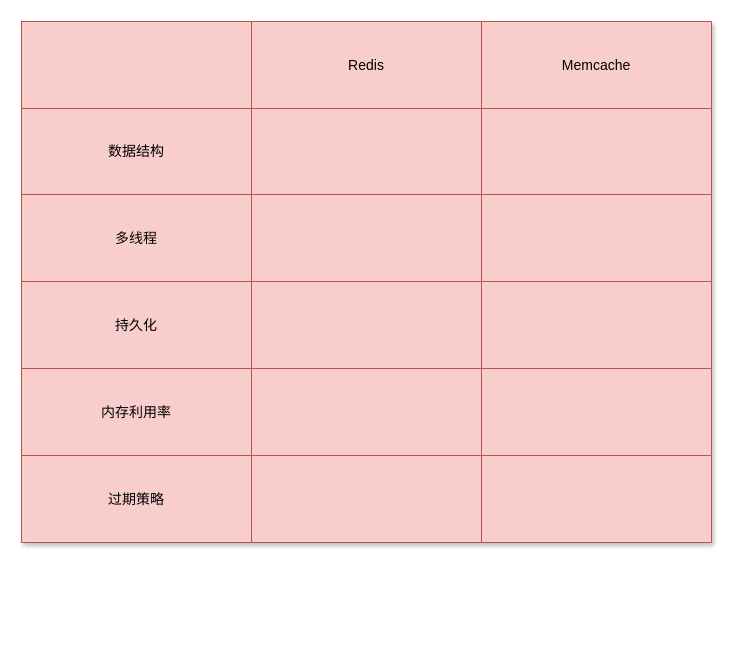
This is page "Page-1" (1 of 2) of redis VS memcache.drawio from wallcwr/xiaoliangbianchenghui, a draw.io file, before an edit. Source tidied: cells renumbered, new cells numbered last; positions are measured from the earlier drawing's top-left corner, leaving out a move shared by most shapes. Both pictures are drawn from the tidied source at 100%, with x=0, y=0 at pixel (21, 21).
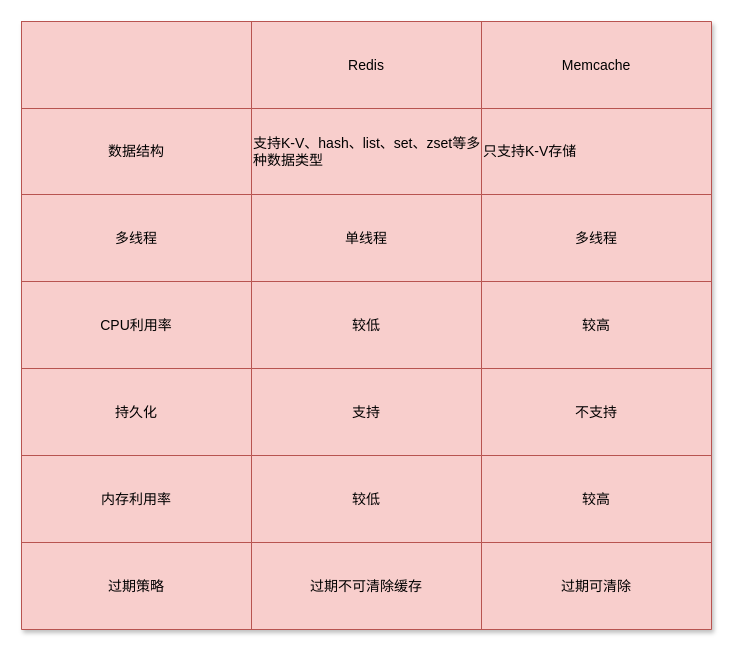
The same diagram, later.

Unchanged cells that the change refers to:
```xml
<mxCell id="7" style="shape=tableRow;horizontal=0;startSize=0;swimlaneHead=0;swimlaneBody=0;top=0;left=0;bottom=0;right=0;fillColor=none;rounded=0;shadow=1;fontFamily=Helvetica;fontSize=14;fontColor=default;strokeColor=#b85450;html=1;" parent="2" vertex="1">
  <mxGeometry y="87" width="690" height="86" as="geometry" />
</mxCell>
```

What changed in the source:
```diff
@@
-    <mxCell id="2" style="shape=table;html=1;whiteSpace=wrap;startSize=0;childLayout=tableLayout;rounded=0;shadow=1;fontFamily=Helvetica;fontSize=14;strokeColor=#b85450;fillColor=#f8cecc;" parent="1" vertex="1">
-      <mxGeometry width="690" height="521" as="geometry" />
+    <mxCell id="2" style="shape=table;html=1;whiteSpace=wrap;startSize=0;childLayout=tableLayout;rounded=0;shadow=1;fontFamily=Helvetica;fontSize=14;fillColor=#f8cecc;strokeColor=#b85450;" parent="1" vertex="1">
+      <mxGeometry width="690" height="608" as="geometry" />
     </mxCell>
@@
-    <mxCell id="9" style="shape=partialRectangle;html=1;whiteSpace=wrap;fillColor=none;top=0;left=0;bottom=0;right=0;overflow=hidden;rounded=0;shadow=1;fontFamily=Helvetica;fontSize=14;fontColor=default;strokeColor=#b85450;" parent="7" vertex="1">
+    <mxCell id="9" value="支持K-V、hash、list、set、zset等多种数据类型" style="shape=partialRectangle;html=1;whiteSpace=wrap;fillColor=none;top=0;left=0;bottom=0;right=0;overflow=hidden;rounded=0;shadow=1;fontFamily=Helvetica;fontSize=14;fontColor=default;strokeColor=#b85450;align=left;" parent="7" vertex="1">
       <mxGeometry x="230" width="230" height="86" as="geometry" />
     </mxCell>
-    <mxCell id="10" style="shape=partialRectangle;html=1;whiteSpace=wrap;fillColor=none;top=0;left=0;bottom=0;right=0;overflow=hidden;rounded=0;shadow=1;fontFamily=Helvetica;fontSize=14;fontColor=default;strokeColor=#b85450;" parent="7" vertex="1">
+    <mxCell id="10" value="&lt;div&gt;&lt;span&gt;只支持K-V存储&lt;/span&gt;&lt;/div&gt;" style="shape=partialRectangle;html=1;whiteSpace=wrap;fillColor=none;top=0;left=0;bottom=0;right=0;overflow=hidden;rounded=0;shadow=1;fontFamily=Helvetica;fontSize=14;fontColor=default;strokeColor=#b85450;align=left;" parent="7" vertex="1">
       <mxGeometry x="460" width="230" height="86" as="geometry" />
     </mxCell>
+    <mxCell id="27" style="shape=tableRow;horizontal=0;startSize=0;swimlaneHead=0;swimlaneBody=0;top=0;left=0;bottom=0;right=0;fillColor=none;rounded=0;shadow=1;fontFamily=Helvetica;fontSize=14;fontColor=default;strokeColor=#b85450;html=1;" parent="2" vertex="1">
+      <mxGeometry y="173" width="690" height="87" as="geometry" />
+    </mxCell>
+    <mxCell id="28" value="多线程" style="shape=partialRectangle;html=1;whiteSpace=wrap;fillColor=none;top=0;left=0;bottom=0;right=0;overflow=hidden;rounded=0;shadow=1;fontFamily=Helvetica;fontSize=14;fontColor=default;strokeColor=#b85450;" parent="27" vertex="1">
+      <mxGeometry width="230" height="87" as="geometry" />
+    </mxCell>
+    <mxCell id="29" value="单线程" style="shape=partialRectangle;html=1;whiteSpace=wrap;fillColor=none;top=0;left=0;bottom=0;right=0;overflow=hidden;rounded=0;shadow=1;fontFamily=Helvetica;fontSize=14;fontColor=default;strokeColor=#b85450;" parent="27" vertex="1">
+      <mxGeometry x="230" width="230" height="87" as="geometry" />
+    </mxCell>
+    <mxCell id="30" value="多线程" style="shape=partialRectangle;html=1;whiteSpace=wrap;fillColor=none;top=0;left=0;bottom=0;right=0;overflow=hidden;rounded=0;shadow=1;fontFamily=Helvetica;fontSize=14;fontColor=default;strokeColor=#b85450;" parent="27" vertex="1">
+      <mxGeometry x="460" width="230" height="87" as="geometry" />
+    </mxCell>
     <mxCell id="11" style="shape=tableRow;horizontal=0;startSize=0;swimlaneHead=0;swimlaneBody=0;top=0;left=0;bottom=0;right=0;fillColor=none;rounded=0;shadow=1;fontFamily=Helvetica;fontSize=14;fontColor=default;strokeColor=#b85450;html=1;" parent="2" vertex="1">
-      <mxGeometry y="173" width="690" height="87" as="geometry" />
+      <mxGeometry y="260" width="690" height="87" as="geometry" />
     </mxCell>
-    <mxCell id="12" value="多线程" style="shape=partialRectangle;html=1;whiteSpace=wrap;fillColor=none;top=0;left=0;bottom=0;right=0;overflow=hidden;rounded=0;shadow=1;fontFamily=Helvetica;fontSize=14;fontColor=default;strokeColor=#b85450;" parent="11" vertex="1">
+    <mxCell id="12" value="CPU利用率" style="shape=partialRectangle;html=1;whiteSpace=wrap;fillColor=none;top=0;left=0;bottom=0;right=0;overflow=hidden;rounded=0;shadow=1;fontFamily=Helvetica;fontSize=14;fontColor=default;strokeColor=#b85450;" parent="11" vertex="1">
       <mxGeometry width="230" height="87" as="geometry" />
     </mxCell>
-    <mxCell id="13" style="shape=partialRectangle;html=1;whiteSpace=wrap;fillColor=none;top=0;left=0;bottom=0;right=0;overflow=hidden;rounded=0;shadow=1;fontFamily=Helvetica;fontSize=14;fontColor=default;strokeColor=#b85450;" parent="11" vertex="1">
+    <mxCell id="13" value="较低" style="shape=partialRectangle;html=1;whiteSpace=wrap;fillColor=none;top=0;left=0;bottom=0;right=0;overflow=hidden;rounded=0;shadow=1;fontFamily=Helvetica;fontSize=14;fontColor=default;strokeColor=#b85450;" parent="11" vertex="1">
       <mxGeometry x="230" width="230" height="87" as="geometry" />
     </mxCell>
-    <mxCell id="14" style="shape=partialRectangle;html=1;whiteSpace=wrap;fillColor=none;top=0;left=0;bottom=0;right=0;overflow=hidden;rounded=0;shadow=1;fontFamily=Helvetica;fontSize=14;fontColor=default;strokeColor=#b85450;" parent="11" vertex="1">
+    <mxCell id="14" value="较高" style="shape=partialRectangle;html=1;whiteSpace=wrap;fillColor=none;top=0;left=0;bottom=0;right=0;overflow=hidden;rounded=0;shadow=1;fontFamily=Helvetica;fontSize=14;fontColor=default;strokeColor=#b85450;" parent="11" vertex="1">
       <mxGeometry x="460" width="230" height="87" as="geometry" />
     </mxCell>
     <mxCell id="15" style="shape=tableRow;horizontal=0;startSize=0;swimlaneHead=0;swimlaneBody=0;top=0;left=0;bottom=0;right=0;fillColor=none;rounded=0;shadow=1;fontFamily=Helvetica;fontSize=14;fontColor=default;strokeColor=#b85450;html=1;" parent="2" vertex="1">
-      <mxGeometry y="260" width="690" height="87" as="geometry" />
+      <mxGeometry y="347" width="690" height="87" as="geometry" />
     </mxCell>
@@
-    <mxCell id="17" style="shape=partialRectangle;html=1;whiteSpace=wrap;fillColor=none;top=0;left=0;bottom=0;right=0;overflow=hidden;rounded=0;shadow=1;fontFamily=Helvetica;fontSize=14;fontColor=default;strokeColor=#b85450;" parent="15" vertex="1">
+    <mxCell id="17" value="支持" style="shape=partialRectangle;html=1;whiteSpace=wrap;fillColor=none;top=0;left=0;bottom=0;right=0;overflow=hidden;rounded=0;shadow=1;fontFamily=Helvetica;fontSize=14;fontColor=default;strokeColor=#b85450;" parent="15" vertex="1">
       <mxGeometry x="230" width="230" height="87" as="geometry" />
     </mxCell>
-    <mxCell id="18" style="shape=partialRectangle;html=1;whiteSpace=wrap;fillColor=none;top=0;left=0;bottom=0;right=0;overflow=hidden;rounded=0;shadow=1;fontFamily=Helvetica;fontSize=14;fontColor=default;strokeColor=#b85450;" parent="15" vertex="1">
+    <mxCell id="18" value="不支持" style="shape=partialRectangle;html=1;whiteSpace=wrap;fillColor=none;top=0;left=0;bottom=0;right=0;overflow=hidden;rounded=0;shadow=1;fontFamily=Helvetica;fontSize=14;fontColor=default;strokeColor=#b85450;" parent="15" vertex="1">
       <mxGeometry x="460" width="230" height="87" as="geometry" />
     </mxCell>
     <mxCell id="19" style="shape=tableRow;horizontal=0;startSize=0;swimlaneHead=0;swimlaneBody=0;top=0;left=0;bottom=0;right=0;fillColor=none;rounded=0;shadow=1;fontFamily=Helvetica;fontSize=14;fontColor=default;strokeColor=#b85450;html=1;" parent="2" vertex="1">
-      <mxGeometry y="347" width="690" height="87" as="geometry" />
+      <mxGeometry y="434" width="690" height="87" as="geometry" />
     </mxCell>
@@
-    <mxCell id="21" style="shape=partialRectangle;html=1;whiteSpace=wrap;fillColor=none;top=0;left=0;bottom=0;right=0;overflow=hidden;rounded=0;shadow=1;fontFamily=Helvetica;fontSize=14;fontColor=default;strokeColor=#b85450;" parent="19" vertex="1">
+    <mxCell id="21" value="&lt;span&gt;较低&lt;/span&gt;&lt;span&gt; &lt;/span&gt;" style="shape=partialRectangle;html=1;whiteSpace=wrap;fillColor=none;top=0;left=0;bottom=0;right=0;overflow=hidden;rounded=0;shadow=1;fontFamily=Helvetica;fontSize=14;fontColor=default;strokeColor=#b85450;" parent="19" vertex="1">
       <mxGeometry x="230" width="230" height="87" as="geometry" />
     </mxCell>
-    <mxCell id="22" style="shape=partialRectangle;html=1;whiteSpace=wrap;fillColor=none;top=0;left=0;bottom=0;right=0;overflow=hidden;rounded=0;shadow=1;fontFamily=Helvetica;fontSize=14;fontColor=default;strokeColor=#b85450;" parent="19" vertex="1">
+    <mxCell id="22" value="&lt;span&gt;较高&lt;/span&gt;" style="shape=partialRectangle;html=1;whiteSpace=wrap;fillColor=none;top=0;left=0;bottom=0;right=0;overflow=hidden;rounded=0;shadow=1;fontFamily=Helvetica;fontSize=14;fontColor=default;strokeColor=#b85450;" parent="19" vertex="1">
       <mxGeometry x="460" width="230" height="87" as="geometry" />
     </mxCell>
     <mxCell id="23" style="shape=tableRow;horizontal=0;startSize=0;swimlaneHead=0;swimlaneBody=0;top=0;left=0;bottom=0;right=0;fillColor=none;rounded=0;shadow=1;fontFamily=Helvetica;fontSize=14;fontColor=default;strokeColor=#b85450;html=1;" parent="2" vertex="1">
-      <mxGeometry y="434" width="690" height="87" as="geometry" />
+      <mxGeometry y="521" width="690" height="87" as="geometry" />
     </mxCell>
@@
-    <mxCell id="25" style="shape=partialRectangle;html=1;whiteSpace=wrap;fillColor=none;top=0;left=0;bottom=0;right=0;overflow=hidden;rounded=0;shadow=1;fontFamily=Helvetica;fontSize=14;fontColor=default;strokeColor=#b85450;" parent="23" vertex="1">
+    <mxCell id="25" value="过期不可清除缓存" style="shape=partialRectangle;html=1;whiteSpace=wrap;fillColor=none;top=0;left=0;bottom=0;right=0;overflow=hidden;rounded=0;shadow=1;fontFamily=Helvetica;fontSize=14;fontColor=default;strokeColor=#b85450;" parent="23" vertex="1">
       <mxGeometry x="230" width="230" height="87" as="geometry" />
     </mxCell>
-    <mxCell id="26" style="shape=partialRectangle;html=1;whiteSpace=wrap;fillColor=none;top=0;left=0;bottom=0;right=0;overflow=hidden;rounded=0;shadow=1;fontFamily=Helvetica;fontSize=14;fontColor=default;strokeColor=#b85450;" parent="23" vertex="1">
+    <mxCell id="26" value="过期可清除" style="shape=partialRectangle;html=1;whiteSpace=wrap;fillColor=none;top=0;left=0;bottom=0;right=0;overflow=hidden;rounded=0;shadow=1;fontFamily=Helvetica;fontSize=14;fontColor=default;strokeColor=#b85450;" parent="23" vertex="1">
       <mxGeometry x="460" width="230" height="87" as="geometry" />
     </mxCell>
```
